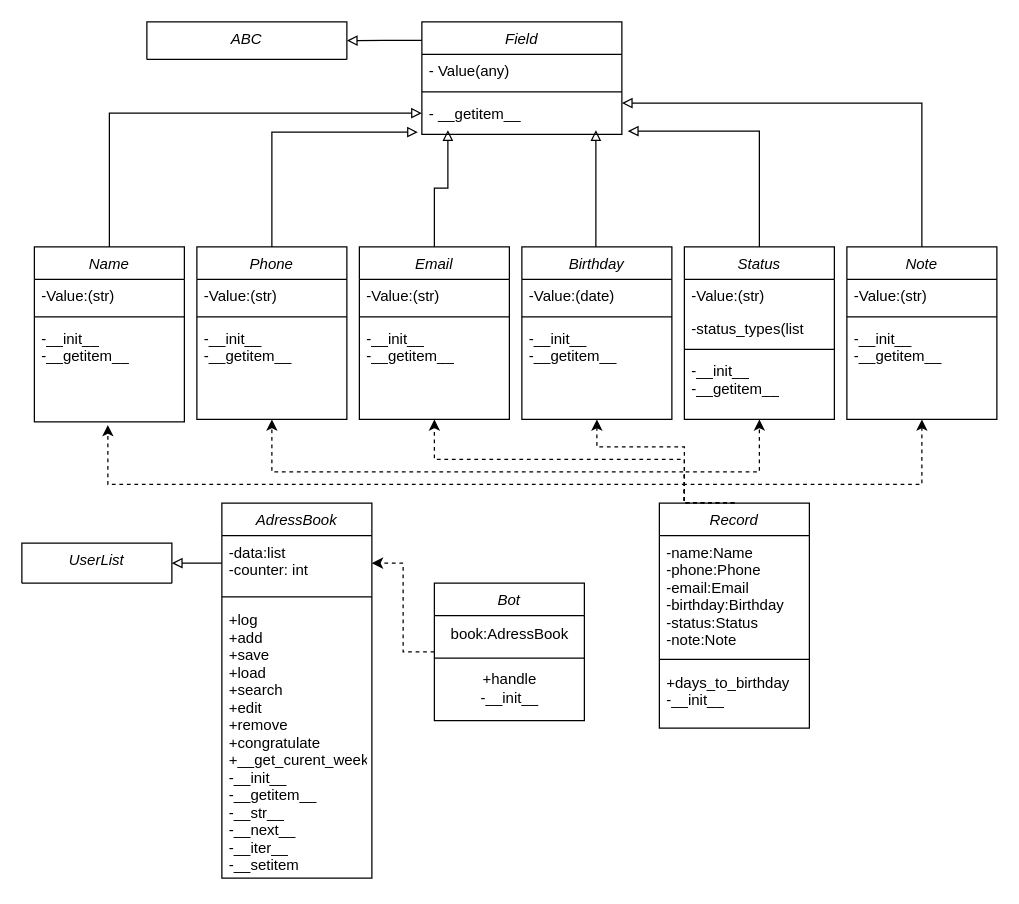
Above: Diagram bez tytułu.drawio in Krom4rd/web_01_hw (draw.io), before the change. Source tidied: cells renumbered, new cells numbered last; positions are measured from the earlier drawing's top-left corner, leaving out a move shared by most shapes. Both pictures are drawn from the tidied source at 125%, with x=0, y=0 at pixel (21, 21).
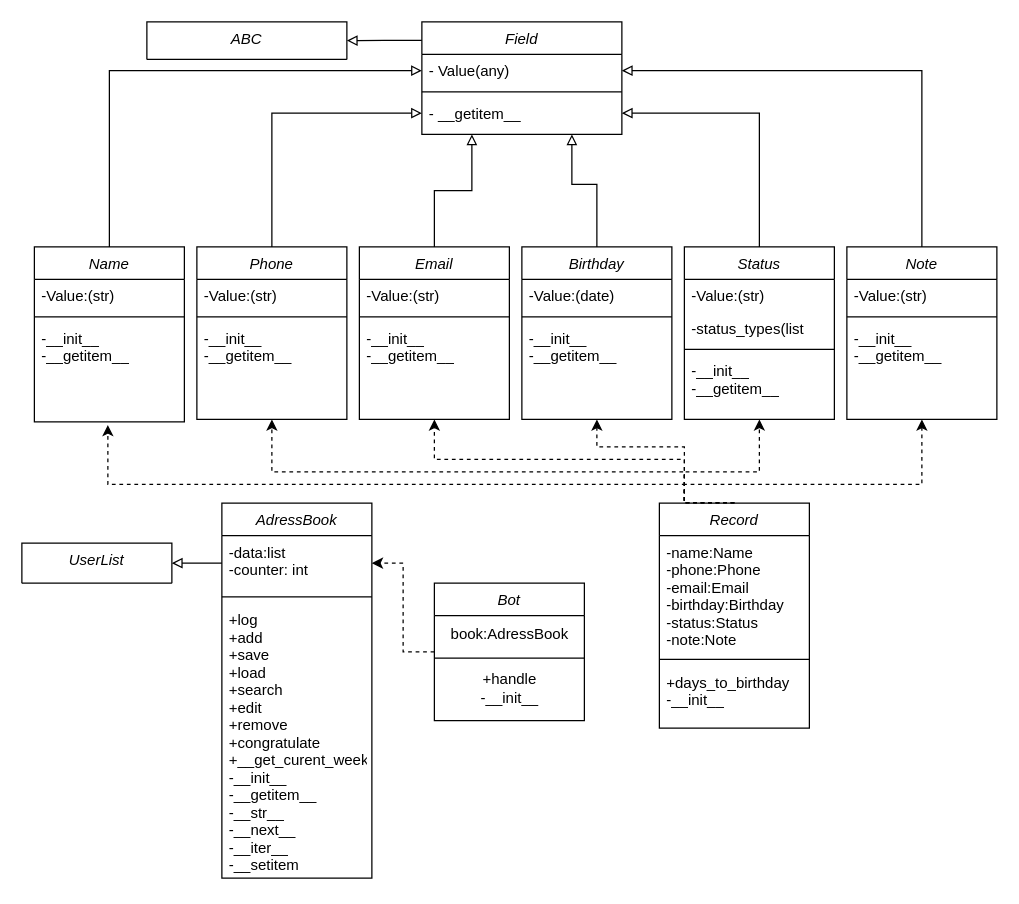
Above is the later version.

Unchanged cells that the change refers to:
```xml
<mxCell id="3" value="Field" style="swimlane;fontStyle=2;align=center;verticalAlign=top;horizontal=1;startSize=26;rounded=0;shadow=0;strokeWidth=1;" parent="1" vertex="1">
  <mxGeometry x="320" width="160" height="90" as="geometry" />
</mxCell>
<mxCell id="4" value="- Value(any)" style="text;align=left;verticalAlign=top;spacingLeft=4;spacingRight=4;overflow=hidden;points=[[0,0.5],[1,0.5]];portConstraint=eastwest;rounded=0;shadow=0;html=0;" parent="3" vertex="1">
  <mxGeometry y="26" width="160" height="26" as="geometry" />
</mxCell>
<mxCell id="6" value="- __getitem__" style="text;align=left;verticalAlign=top;spacingLeft=4;spacingRight=4;overflow=hidden;points=[[0,0.5],[1,0.5]];portConstraint=eastwest;" parent="3" vertex="1">
  <mxGeometry y="60" width="160" height="26" as="geometry" />
</mxCell>
<mxCell id="8" value="Name" style="swimlane;fontStyle=2;align=center;verticalAlign=top;horizontal=1;startSize=26;rounded=0;shadow=0;strokeWidth=1;" parent="1" vertex="1">
  <mxGeometry x="10" y="180" width="120" height="140" as="geometry" />
</mxCell>
<mxCell id="13" value="Phone" style="swimlane;fontStyle=2;align=center;verticalAlign=top;horizontal=1;startSize=26;rounded=0;shadow=0;strokeWidth=1;" parent="1" vertex="1">
  <mxGeometry x="140" y="180" width="120" height="138" as="geometry" />
</mxCell>
<mxCell id="17" value="Email" style="swimlane;fontStyle=2;align=center;verticalAlign=top;horizontal=1;startSize=26;rounded=0;shadow=0;strokeWidth=1;" parent="1" vertex="1">
  <mxGeometry x="270" y="180" width="120" height="138" as="geometry" />
</mxCell>
<mxCell id="21" value="Birthday" style="swimlane;fontStyle=2;align=center;verticalAlign=top;horizontal=1;startSize=26;rounded=0;shadow=0;strokeWidth=1;" parent="1" vertex="1">
  <mxGeometry x="400" y="180" width="120" height="138" as="geometry" />
</mxCell>
<mxCell id="26" value="Status" style="swimlane;fontStyle=2;align=center;verticalAlign=top;horizontal=1;startSize=26;rounded=0;shadow=0;strokeWidth=1;" parent="1" vertex="1">
  <mxGeometry x="530" y="180" width="120" height="138" as="geometry" />
</mxCell>
<mxCell id="32" value="Note" style="swimlane;fontStyle=2;align=center;verticalAlign=top;horizontal=1;startSize=26;rounded=0;shadow=0;strokeWidth=1;" parent="1" vertex="1">
  <mxGeometry x="660" y="180" width="120" height="138" as="geometry" />
</mxCell>
```

Change to the diagram source:
```diff
@@
-    <mxCell id="7" style="edgeStyle=orthogonalEdgeStyle;rounded=0;jettySize=auto;html=1;entryX=0;entryY=0.5;entryDx=0;entryDy=0;endArrow=block;endFill=0;" parent="1" edge="1" source="8" target="6">
+    <mxCell id="7" style="edgeStyle=orthogonalEdgeStyle;rounded=0;jettySize=auto;html=1;entryX=0;entryY=0.5;entryDx=0;entryDy=0;endArrow=block;endFill=0;" parent="1" edge="1" source="8" target="4">
       <mxGeometry relative="1" as="geometry" />
     </mxCell>
@@
-    <mxCell id="12" style="edgeStyle=orthogonalEdgeStyle;rounded=0;jettySize=auto;html=1;exitX=0.5;exitY=0;exitDx=0;exitDy=0;entryX=-0.02;entryY=1.085;entryDx=0;entryDy=0;endArrow=block;endFill=0;entryPerimeter=0;" parent="1" edge="1" source="13" target="6">
+    <mxCell id="12" style="edgeStyle=orthogonalEdgeStyle;rounded=0;jettySize=auto;html=1;exitX=0.5;exitY=0;exitDx=0;exitDy=0;entryX=0;entryY=0.5;entryDx=0;entryDy=0;endArrow=block;endFill=0;" parent="1" edge="1" source="13" target="6">
       <mxGeometry relative="1" as="geometry" />
     </mxCell>
@@
-    <mxCell id="25" style="edgeStyle=orthogonalEdgeStyle;rounded=0;jettySize=auto;html=1;exitX=0.5;exitY=0;exitDx=0;exitDy=0;endArrow=block;endFill=0;entryX=1.03;entryY=1.054;entryDx=0;entryDy=0;entryPerimeter=0;" parent="1" edge="1" source="26" target="6">
+    <mxCell id="25" style="edgeStyle=orthogonalEdgeStyle;rounded=0;jettySize=auto;html=1;exitX=0.5;exitY=0;exitDx=0;exitDy=0;endArrow=block;endFill=0;entryX=1;entryY=0.5;entryDx=0;entryDy=0;" parent="1" edge="1" source="26" target="6">
       <mxGeometry relative="1" as="geometry" />
     </mxCell>
@@
-    <mxCell id="31" style="edgeStyle=orthogonalEdgeStyle;rounded=0;jettySize=auto;html=1;endArrow=block;endFill=0;entryX=1;entryY=0.192;entryDx=0;entryDy=0;entryPerimeter=0;" parent="1" edge="1" source="32" target="6">
+    <mxCell id="31" style="edgeStyle=orthogonalEdgeStyle;rounded=0;jettySize=auto;html=1;endArrow=block;endFill=0;entryX=1;entryY=0.5;entryDx=0;entryDy=0;" parent="1" edge="1" source="32" target="4">
       <mxGeometry relative="1" as="geometry" />
     </mxCell>
@@
-    <mxCell id="36" style="edgeStyle=orthogonalEdgeStyle;rounded=0;jettySize=auto;html=1;entryX=0.87;entryY=1.023;entryDx=0;entryDy=0;entryPerimeter=0;endArrow=block;endFill=0;" parent="1" edge="1" source="21" target="6">
+    <mxCell id="36" style="edgeStyle=orthogonalEdgeStyle;rounded=0;jettySize=auto;html=1;entryX=0.75;entryY=1;entryDx=0;entryDy=0;endArrow=block;endFill=0;" parent="1" edge="1" source="21" target="3">
       <mxGeometry relative="1" as="geometry">
         <Array as="points">
-          <mxPoint x="460" y="160" />
+          <mxPoint x="460" y="130" />
+          <mxPoint x="440" y="130" />
         </Array>
       </mxGeometry>
     </mxCell>
-    <mxCell id="37" style="edgeStyle=orthogonalEdgeStyle;rounded=0;jettySize=auto;html=1;entryX=0.13;entryY=1.023;entryDx=0;entryDy=0;entryPerimeter=0;endArrow=block;endFill=0;" parent="1" edge="1" source="17" target="6">
+    <mxCell id="37" style="edgeStyle=orthogonalEdgeStyle;rounded=0;jettySize=auto;html=1;endArrow=block;endFill=0;entryX=0.25;entryY=1;entryDx=0;entryDy=0;" parent="1" edge="1" source="17" target="3">
       <mxGeometry relative="1" as="geometry" />
     </mxCell>
```
